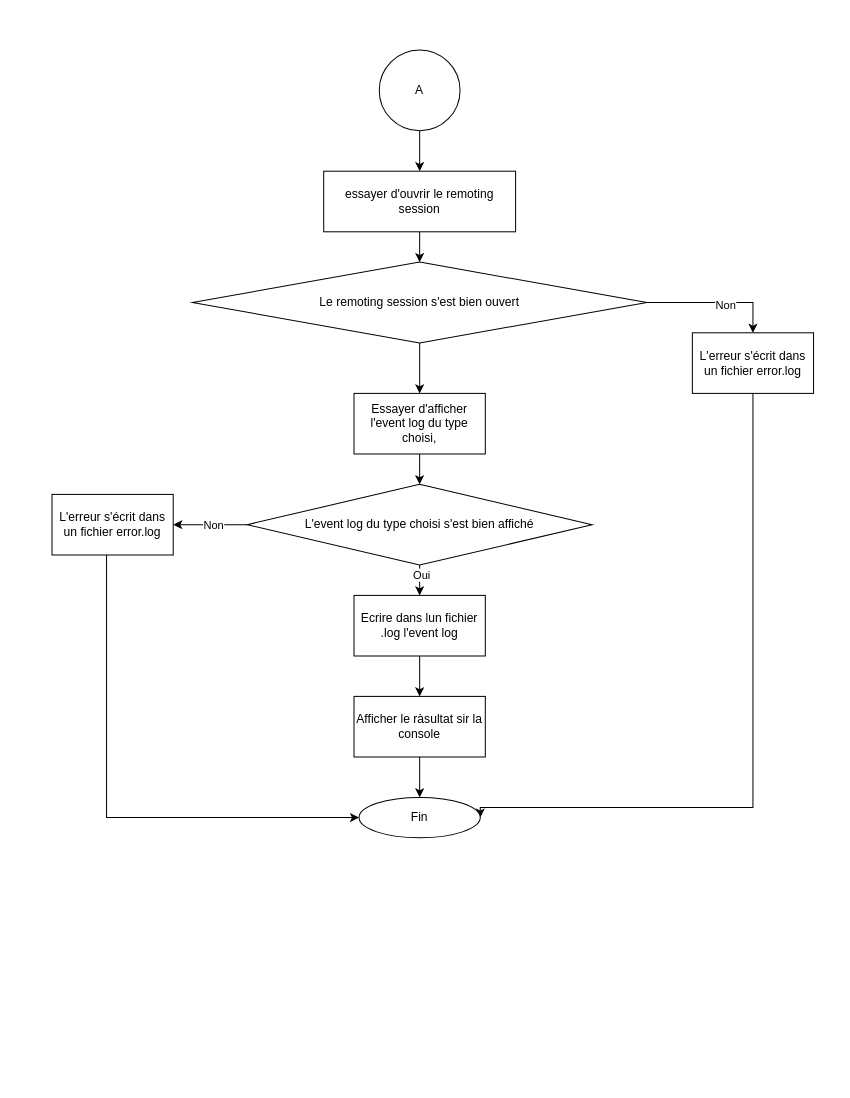
Above: page "Page-2" (2 of 2) of Doc/Shema/Get-EventLog.drawio in ThomNardou/P-Script_Get-EventLog (draw.io), before the change. Source tidied: cells renumbered, new cells numbered last; positions are measured from the earlier drawing's top-left corner, leaving out a move shared by most shapes. Both pictures are drawn from the tidied source at 101%, with x=0, y=0 at pixel (52, 49).
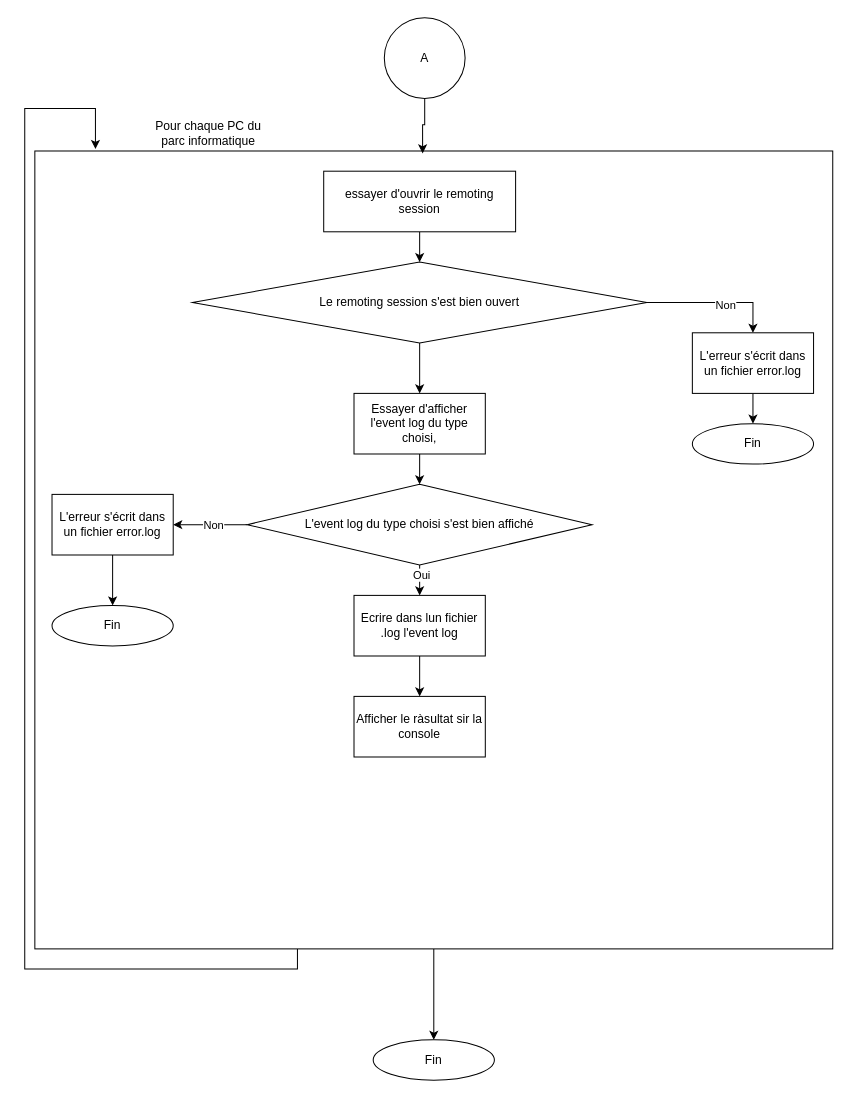
Above is the later version.

The change refers to these unchanged cells:
```xml
<mxCell id="3" value="essayer d'ouvrir le remoting session" style="rounded=0;whiteSpace=wrap;html=1;" parent="1" vertex="1">
  <mxGeometry x="269" y="120" width="190" height="60" as="geometry" />
</mxCell>
<mxCell id="9" value="L'erreur s'écrit dans un fichier error.log" style="rounded=0;whiteSpace=wrap;html=1;" parent="1" vertex="1">
  <mxGeometry x="634" y="280" width="120" height="60" as="geometry" />
</mxCell>
<mxCell id="19" value="L'erreur s'écrit dans un fichier error.log" style="rounded=0;whiteSpace=wrap;html=1;" parent="1" vertex="1">
  <mxGeometry y="440" width="120" height="60" as="geometry" />
</mxCell>
<mxCell id="25" value="Afficher le ràsultat sir la console" style="rounded=0;whiteSpace=wrap;html=1;" parent="1" vertex="1">
  <mxGeometry x="299" y="640" width="130" height="60" as="geometry" />
</mxCell>
```

Diff of the diagram source:
```diff
@@
+    <mxCell id="26" style="edgeStyle=orthogonalEdgeStyle;rounded=0;jettySize=auto;html=1;entryX=0.5;entryY=0;entryDx=0;entryDy=0;" parent="1" edge="1" source="27" target="10">
+      <mxGeometry relative="1" as="geometry" />
+    </mxCell>
+    <mxCell id="27" style="whiteSpace=wrap;html=1;" parent="1" vertex="1">
+      <mxGeometry x="-17" y="100" width="790" height="790" as="geometry" />
+    </mxCell>
@@
-    <mxCell id="8" style="edgeStyle=orthogonalEdgeStyle;rounded=0;jettySize=auto;html=1;entryX=1;entryY=0.5;entryDx=0;entryDy=0;" parent="1" edge="1" source="9" target="10">
-      <mxGeometry relative="1" as="geometry">
-        <Array as="points">
-          <mxPoint x="694" y="750" />
-          <mxPoint x="424" y="750" />
-        </Array>
-      </mxGeometry>
-    </mxCell>
+    <mxCell id="28" style="edgeStyle=orthogonalEdgeStyle;rounded=0;jettySize=auto;html=1;entryX=0.5;entryY=0;entryDx=0;entryDy=0;" parent="1" edge="1" source="9" target="32">
+      <mxGeometry relative="1" as="geometry" />
+    </mxCell>
@@
     <mxCell id="10" value="Fin" style="ellipse;whiteSpace=wrap;html=1;" parent="1" vertex="1">
-      <mxGeometry x="304" y="740" width="120" height="40" as="geometry" />
+      <mxGeometry x="318" y="980" width="120" height="40" as="geometry" />
     </mxCell>
@@
-    <mxCell id="18" style="edgeStyle=orthogonalEdgeStyle;rounded=0;jettySize=auto;html=1;entryX=0;entryY=0.5;entryDx=0;entryDy=0;" parent="1" edge="1" source="19" target="10">
-      <mxGeometry relative="1" as="geometry">
-        <Array as="points">
-          <mxPoint x="54" y="760" />
-        </Array>
-      </mxGeometry>
-    </mxCell>
+    <mxCell id="29" style="edgeStyle=orthogonalEdgeStyle;rounded=0;jettySize=auto;html=1;entryX=0.5;entryY=0;entryDx=0;entryDy=0;" parent="1" edge="1" source="19" target="31">
+      <mxGeometry relative="1" as="geometry" />
+    </mxCell>
@@
-    <mxCell id="22" style="edgeStyle=orthogonalEdgeStyle;rounded=0;jettySize=auto;html=1;entryX=0.5;entryY=0;entryDx=0;entryDy=0;" parent="1" edge="1" source="23" target="3">
-      <mxGeometry relative="1" as="geometry" />
-    </mxCell>
     <mxCell id="23" value="A" style="ellipse;whiteSpace=wrap;html=1;" parent="1" vertex="1">
-      <mxGeometry x="324" width="80" height="80" as="geometry" />
+      <mxGeometry x="329" y="-32" width="80" height="80" as="geometry" />
     </mxCell>
-    <mxCell id="24" style="edgeStyle=orthogonalEdgeStyle;rounded=0;jettySize=auto;html=1;entryX=0.5;entryY=0;entryDx=0;entryDy=0;" parent="1" edge="1" source="25" target="10">
-      <mxGeometry relative="1" as="geometry" />
-    </mxCell>
@@
+    <mxCell id="30" value="Pour chaque PC du parc informatique" style="text;strokeColor=none;align=center;fillColor=none;html=1;verticalAlign=middle;whiteSpace=wrap;rounded=0;" parent="1" vertex="1">
+      <mxGeometry x="93" y="68" width="124" height="30" as="geometry" />
+    </mxCell>
+    <mxCell id="31" value="Fin" style="ellipse;whiteSpace=wrap;html=1;" parent="1" vertex="1">
+      <mxGeometry y="550" width="120" height="40" as="geometry" />
+    </mxCell>
+    <mxCell id="32" value="Fin" style="ellipse;whiteSpace=wrap;html=1;" parent="1" vertex="1">
+      <mxGeometry x="634" y="370" width="120" height="40" as="geometry" />
+    </mxCell>
+    <mxCell id="33" style="edgeStyle=orthogonalEdgeStyle;rounded=0;jettySize=auto;html=1;entryX=0.486;entryY=0.003;entryDx=0;entryDy=0;entryPerimeter=0;" parent="1" edge="1" source="23" target="27">
+      <mxGeometry relative="1" as="geometry" />
+    </mxCell>
+    <mxCell id="34" style="edgeStyle=orthogonalEdgeStyle;rounded=0;jettySize=auto;html=1;" parent="1" edge="1" source="27">
+      <mxGeometry relative="1" as="geometry">
+        <mxPoint x="43" y="98" as="targetPoint" />
+        <Array as="points">
+          <mxPoint x="243" y="910" />
+          <mxPoint x="-27" y="910" />
+          <mxPoint x="-27" y="58" />
+          <mxPoint x="43" y="58" />
+        </Array>
+      </mxGeometry>
+    </mxCell>
```
